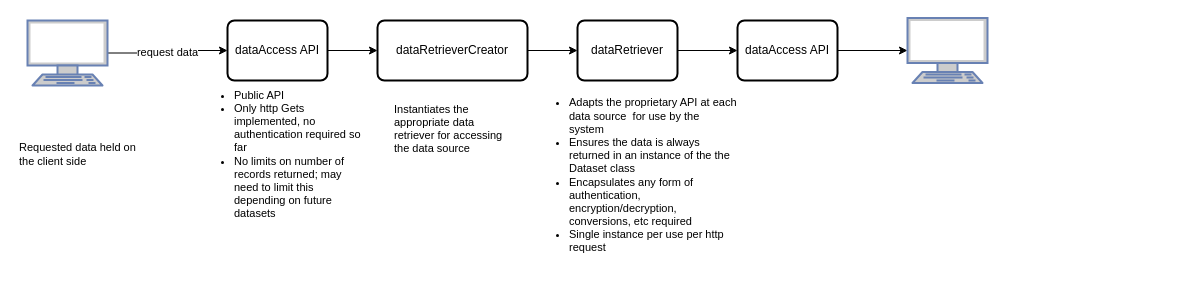
moochea/seawater keeps this draw.io diagram as page "Control" (2 of 2) of design/design.drawio. Above is the earlier version. Source tidied: cells renumbered, new cells numbered last; positions are measured from the earlier drawing's top-left corner, leaving out a move shared by most shapes. Both pictures are drawn from the tidied source at 100%, with x=0, y=0 at pixel (17, 18).
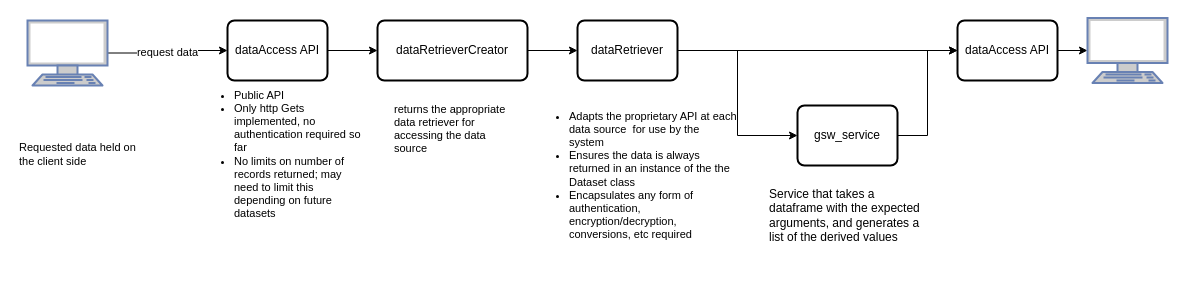
After the change.

The change refers to these unchanged cells:
```xml
<mxCell id="7" value="dataRetriever" style="rounded=1;whiteSpace=wrap;html=1;absoluteArcSize=1;arcSize=14;strokeWidth=2;" parent="1" vertex="1">
  <mxGeometry x="560" y="2" width="100" height="60" as="geometry" />
</mxCell>
```

The edit, as a diff of the source:
```diff
@@
-    <mxCell id="6" style="edgeStyle=orthogonalEdgeStyle;rounded=0;jettySize=auto;html=1;fontSize=11;" parent="1" edge="1" source="7" target="15">
+    <mxCell id="6" style="edgeStyle=orthogonalEdgeStyle;rounded=0;jettySize=auto;html=1;entryX=0;entryY=0.5;entryDx=0;entryDy=0;" parent="1" edge="1" source="7" target="15">
       <mxGeometry relative="1" as="geometry" />
     </mxCell>
+    <mxCell id="17" style="edgeStyle=orthogonalEdgeStyle;rounded=0;jettySize=auto;html=1;entryX=0;entryY=0.5;entryDx=0;entryDy=0;" parent="1" edge="1" source="7" target="19">
+      <mxGeometry relative="1" as="geometry" />
+    </mxCell>
@@
-    <mxCell id="10" value="&lt;span style=&quot;background-color: initial;&quot;&gt;Instantiates the appropriate data retriever for accessing the data source&lt;br&gt;&lt;br&gt;&lt;/span&gt;" style="text;html=1;strokeColor=none;fillColor=none;align=left;verticalAlign=middle;whiteSpace=wrap;rounded=0;fontSize=11;" parent="1" vertex="1">
+    <mxCell id="10" value="&lt;span style=&quot;background-color: initial;&quot;&gt;returns the appropriate data retriever for accessing the data source&lt;br&gt;&lt;br&gt;&lt;/span&gt;" style="text;html=1;strokeColor=none;fillColor=none;align=left;verticalAlign=middle;whiteSpace=wrap;rounded=0;fontSize=11;" parent="1" vertex="1">
       <mxGeometry x="375" y="72" width="125" height="90" as="geometry" />
     </mxCell>
-    <mxCell id="11" value="&lt;ul&gt;&lt;li&gt;Adapts the proprietary API at each data source&amp;nbsp; for use by the system&lt;/li&gt;&lt;li&gt;Ensures the data is always returned in an instance of the the Dataset class&lt;/li&gt;&lt;li&gt;Encapsulates any form of authentication, encryption/decryption, conversions, etc required&amp;nbsp;&lt;/li&gt;&lt;li&gt;Single instance per use per http request&lt;/li&gt;&lt;/ul&gt;" style="text;html=1;strokeColor=none;fillColor=none;align=left;verticalAlign=middle;whiteSpace=wrap;rounded=0;fontSize=11;" parent="1" vertex="1">
+    <mxCell id="11" value="&lt;ul&gt;&lt;li&gt;Adapts the proprietary API at each data source&amp;nbsp; for use by the system&lt;/li&gt;&lt;li&gt;Ensures the data is always returned in an instance of the the Dataset class&lt;/li&gt;&lt;li&gt;Encapsulates any form of authentication, encryption/decryption, conversions, etc required&amp;nbsp;&lt;/li&gt;&lt;/ul&gt;" style="text;html=1;strokeColor=none;fillColor=none;align=left;verticalAlign=middle;whiteSpace=wrap;rounded=0;fontSize=11;" parent="1" vertex="1">
       <mxGeometry x="510" y="62" width="210" height="190" as="geometry" />
     </mxCell>
@@
     <mxCell id="15" value="dataAccess API" style="rounded=1;whiteSpace=wrap;html=1;absoluteArcSize=1;arcSize=14;strokeWidth=2;" parent="1" vertex="1">
-      <mxGeometry x="720" y="2" width="100" height="60" as="geometry" />
+      <mxGeometry x="940" y="2" width="100" height="60" as="geometry" />
     </mxCell>
     <mxCell id="16" style="fontColor=#0066CC;verticalAlign=top;verticalLabelPosition=bottom;labelPosition=center;align=center;html=1;outlineConnect=0;fillColor=#CCCCCC;strokeColor=#6881B3;gradientColor=none;gradientDirection=north;strokeWidth=2;shape=mxgraph.networks.terminal;" parent="1" vertex="1">
-      <mxGeometry x="890" y="-0.5" width="80" height="65" as="geometry" />
+      <mxGeometry x="1070" y="-0.5" width="80" height="65" as="geometry" />
     </mxCell>
+    <mxCell id="18" style="edgeStyle=orthogonalEdgeStyle;rounded=0;jettySize=auto;html=1;entryX=0;entryY=0.5;entryDx=0;entryDy=0;" parent="1" edge="1" source="19" target="15">
+      <mxGeometry relative="1" as="geometry" />
+    </mxCell>
+    <mxCell id="19" value="gsw_service" style="rounded=1;whiteSpace=wrap;html=1;absoluteArcSize=1;arcSize=14;strokeWidth=2;" parent="1" vertex="1">
+      <mxGeometry x="780" y="87" width="100" height="60" as="geometry" />
+    </mxCell>
+    <mxCell id="20" value="Service that takes a dataframe with the expected arguments, and generates a list of the derived values" style="text;html=1;strokeColor=none;fillColor=none;align=left;verticalAlign=middle;whiteSpace=wrap;rounded=0;" parent="1" vertex="1">
+      <mxGeometry x="750" y="152" width="160" height="90" as="geometry" />
+    </mxCell>
```
